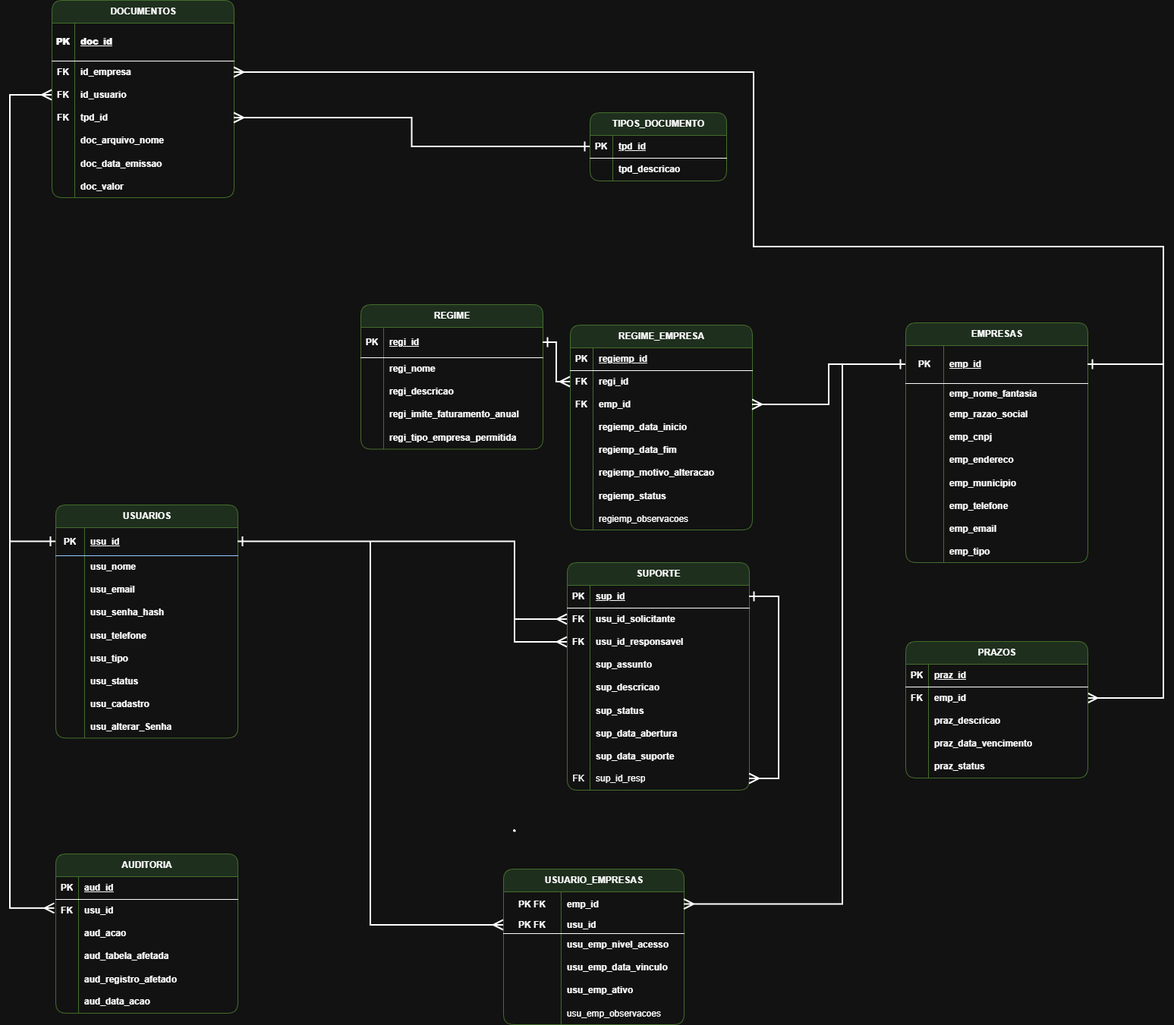
Earlier version of the draw.io export src/dataBase/Diagrama_Contabilidade_TCC.drawio.png (joaoromeira-etec/introtucao-api-nodejs). Source tidied: cells renumbered, new cells last; positions are measured from the earlier drawing's top-left corner, leaving out a move shared by most shapes.
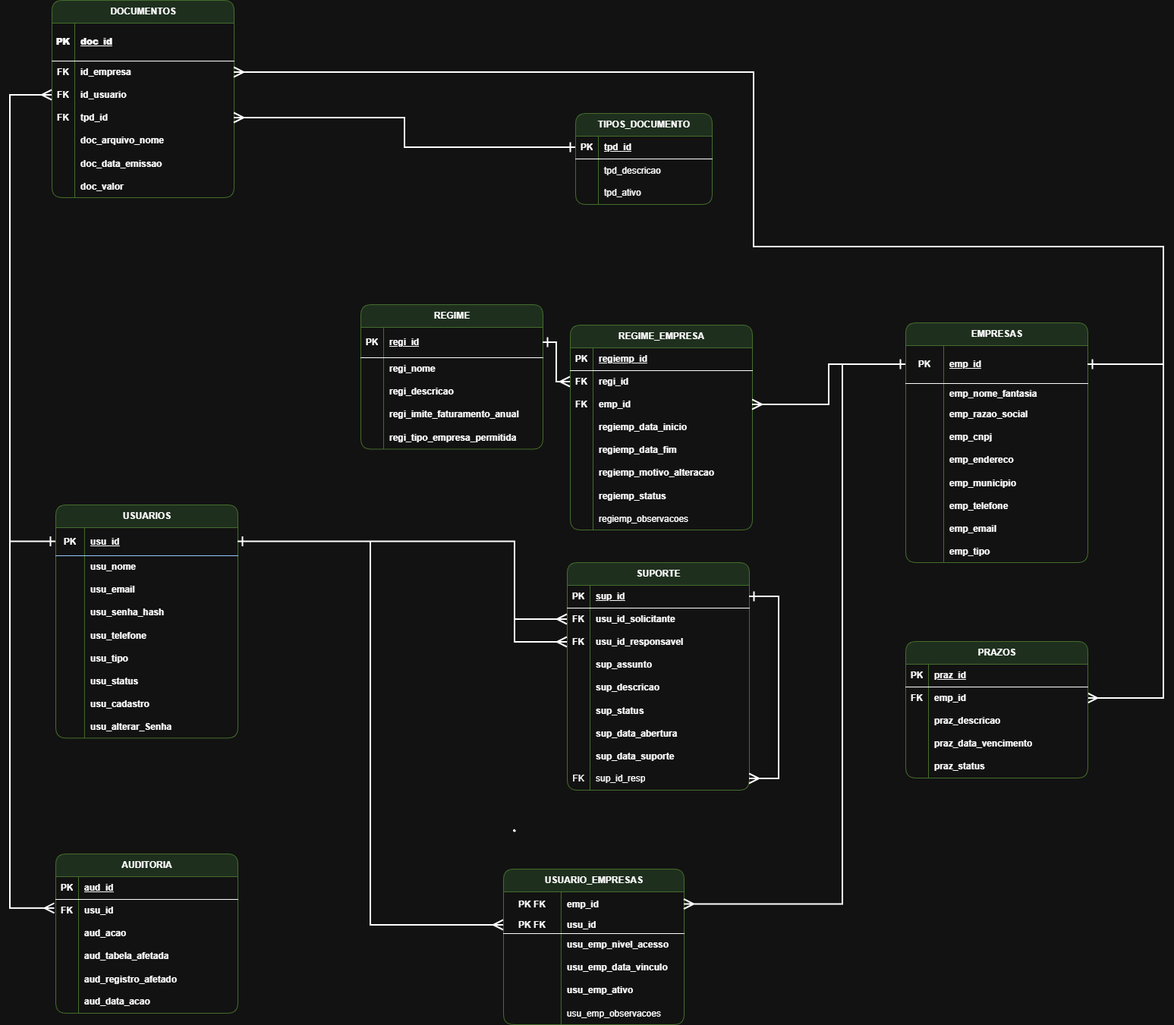
After the commit.

Diff of the diagram source:
```diff
@@ -681,7 +681,7 @@
       </mxGeometry>
     </mxCell>
     <mxCell id="214" value="TIPOS_DOCUMENTO" style="shape=table;startSize=30;rowLines=0;fontStyle=1;align=center;html=1;rounded=1;fillColor=#d5e8d4;strokeColor=#82b366;" parent="1" vertex="1">
-      <mxGeometry x="764" y="148" width="180" height="90" as="geometry" />
+      <mxGeometry x="745" y="149" width="180" height="120" as="geometry" />
     </mxCell>
     <mxCell id="215" style="shape=tableRow;horizontal=0;startSize=0;swimlaneHead=0;swimlaneBody=0;fillColor=none;points=[[0,0.5],[1,0.5]];portConstraint=eastwest;top=0;left=0;right=0;bottom=1;" parent="214" vertex="1">
       <mxGeometry y="30" width="180" height="30" as="geometry" />
@@ -692,13 +692,22 @@
     <mxCell id="217" value="tpd_id" style="shape=partialRectangle;fillColor=none;top=0;left=0;bottom=0;right=0;align=left;spacingLeft=6;fontStyle=5;overflow=hidden;whiteSpace=wrap;html=1;" parent="215" vertex="1">
       <mxGeometry x="30" width="150" height="30" as="geometry" />
     </mxCell>
+    <mxCell id="224" style="shape=tableRow;horizontal=0;startSize=0;swimlaneHead=0;swimlaneBody=0;fillColor=none;top=0;left=0;right=0;bottom=0;" parent="214" vertex="1">
+      <mxGeometry y="60" width="180" height="30" as="geometry" />
+    </mxCell>
+    <mxCell id="225" style="shape=partialRectangle;fillColor=none;top=0;left=0;bottom=0;right=0;overflow=hidden;" parent="224" vertex="1">
+      <mxGeometry width="30" height="30" as="geometry" />
+    </mxCell>
+    <mxCell id="226" value="tpd_descricao" style="shape=partialRectangle;fillColor=none;top=0;left=0;bottom=0;right=0;align=left;spacingLeft=6;overflow=hidden;" parent="224" vertex="1">
+      <mxGeometry x="30" width="150" height="30" as="geometry" />
+    </mxCell>
     <mxCell id="218" style="shape=tableRow;horizontal=0;startSize=0;swimlaneHead=0;swimlaneBody=0;fillColor=none;top=0;left=0;right=0;bottom=0;" parent="214" vertex="1">
-      <mxGeometry y="60" width="180" height="30" as="geometry" />
+      <mxGeometry y="90" width="180" height="30" as="geometry" />
     </mxCell>
     <mxCell id="219" style="shape=partialRectangle;fillColor=none;top=0;left=0;bottom=0;right=0;overflow=hidden;whiteSpace=wrap;html=1;" parent="218" vertex="1">
       <mxGeometry width="30" height="30" as="geometry" />
     </mxCell>
-    <mxCell id="220" value="&lt;b&gt;tpd_descricao&lt;/b&gt;" style="shape=partialRectangle;fillColor=none;top=0;left=0;bottom=0;right=0;align=left;spacingLeft=6;overflow=hidden;whiteSpace=wrap;html=1;" parent="218" vertex="1">
+    <mxCell id="220" value="tpd_ativo" style="shape=partialRectangle;fillColor=none;top=0;left=0;bottom=0;right=0;align=left;spacingLeft=6;overflow=hidden;whiteSpace=wrap;html=1;" parent="218" vertex="1">
       <mxGeometry x="30" width="150" height="30" as="geometry" />
     </mxCell>
     <mxCell id="221" style="endArrow=ERone;html=1;rounded=0;strokeWidth=2;startArrow=ERmany;startFill=0;endFill=0;entryX=0;entryY=0.5;entryDx=0;entryDy=0;edgeStyle=orthogonalEdgeStyle;exitX=1;exitY=0.5;exitDx=0;exitDy=0;startSize=10;endSize=10;" parent="1" edge="1" source="68" target="215">
```
